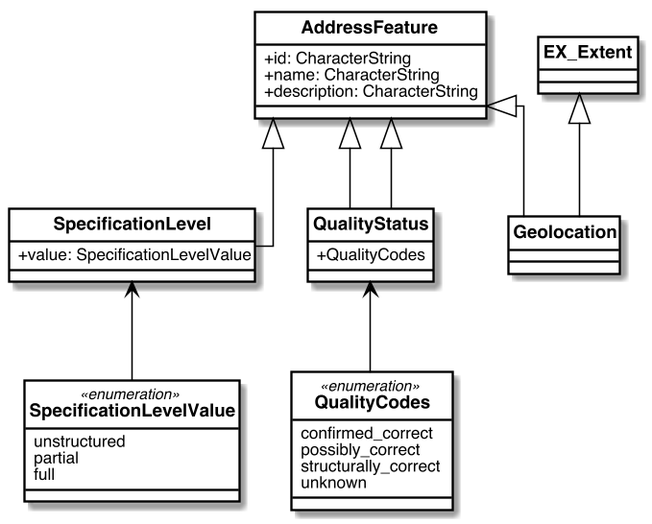
Above: sources/images/AddressFeature.png in CalConnect/csd-digital-addresses (PlantUML), before the change. Its diagram source:
```plantuml
@startuml


skinparam Dpi 150
skinparam Monochrome false
skinparam LineType ortho
hide circle
skinparam Default {
  TextAlignment center
  FontName Helvetica
}
skinparam Class {
  AttributeIconSize 0
  BackgroundColor White
  ArrowColor Black
  BorderColor Black
  FontStyle bold
  StereotypeFontSize 10
}
skinparam Rectangle {
  BackgroundColor White
  ArrowColor Black
  BorderColor Black
  FontStyle bold
  FontSize 11
  StereotypeFontSize 10
}
skinparam Object {
  BackgroundColor White
  ArrowColor Black
  BorderColor Black
  FontStyle bold
  FontSize 11
  StereotypeFontSize 10
}

skinparam Entity {
  StereotypeFontSize 10
}



class AddressFeature {
  +id: CharacterString
  +name: CharacterString
  +description: CharacterString
}

class SpecificationLevel{
  +value: SpecificationLevelValue
}

enum SpecificationLevelValue <<enumeration>> {
  unstructured
  partial
  full
}

class QualityStatus{
  +QualityCodes
}

enum QualityCodes <<enumeration>>{
  confirmed_correct
  possibly_correct
  structurally_correct
  unknown
}

class Geolocation {
}



SpecificationLevel -up-|> AddressFeature
QualityStatus -up-|> AddressFeature
Geolocation -up-|> EX_Extent
Geolocation -up-|> AddressFeature
QualityStatus -up-|> AddressFeature
QualityCodes -up-> QualityStatus
SpecificationLevelValue -up-> SpecificationLevel
@enduml
```
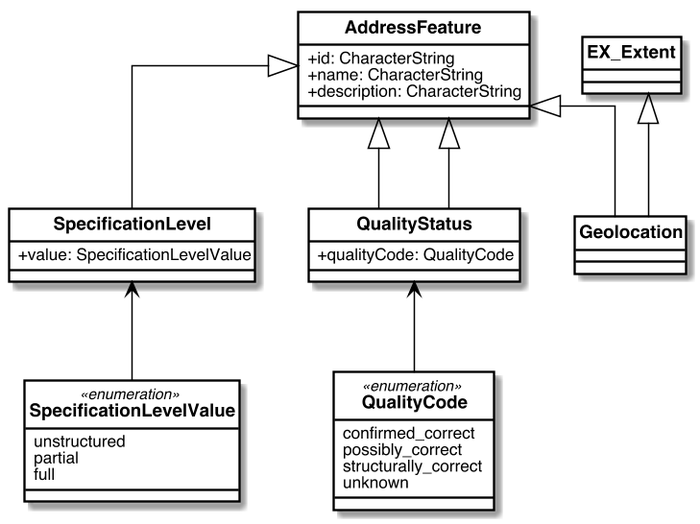
After the change.

Diff of the diagram source:
```diff
@@ -57,10 +57,10 @@
 }
 
 class QualityStatus{
-  +QualityCodes
+  +qualityCode: QualityCode
 }
 
-enum QualityCodes <<enumeration>>{
+enum QualityCode <<enumeration>>{
   confirmed_correct
   possibly_correct
   structurally_correct
@@ -77,6 +77,6 @@
 Geolocation -up-|> EX_Extent
 Geolocation -up-|> AddressFeature
 QualityStatus -up-|> AddressFeature
-QualityCodes -up-> QualityStatus
+QualityCode -up-> QualityStatus
 SpecificationLevelValue -up-> SpecificationLevel
 @enduml
```
